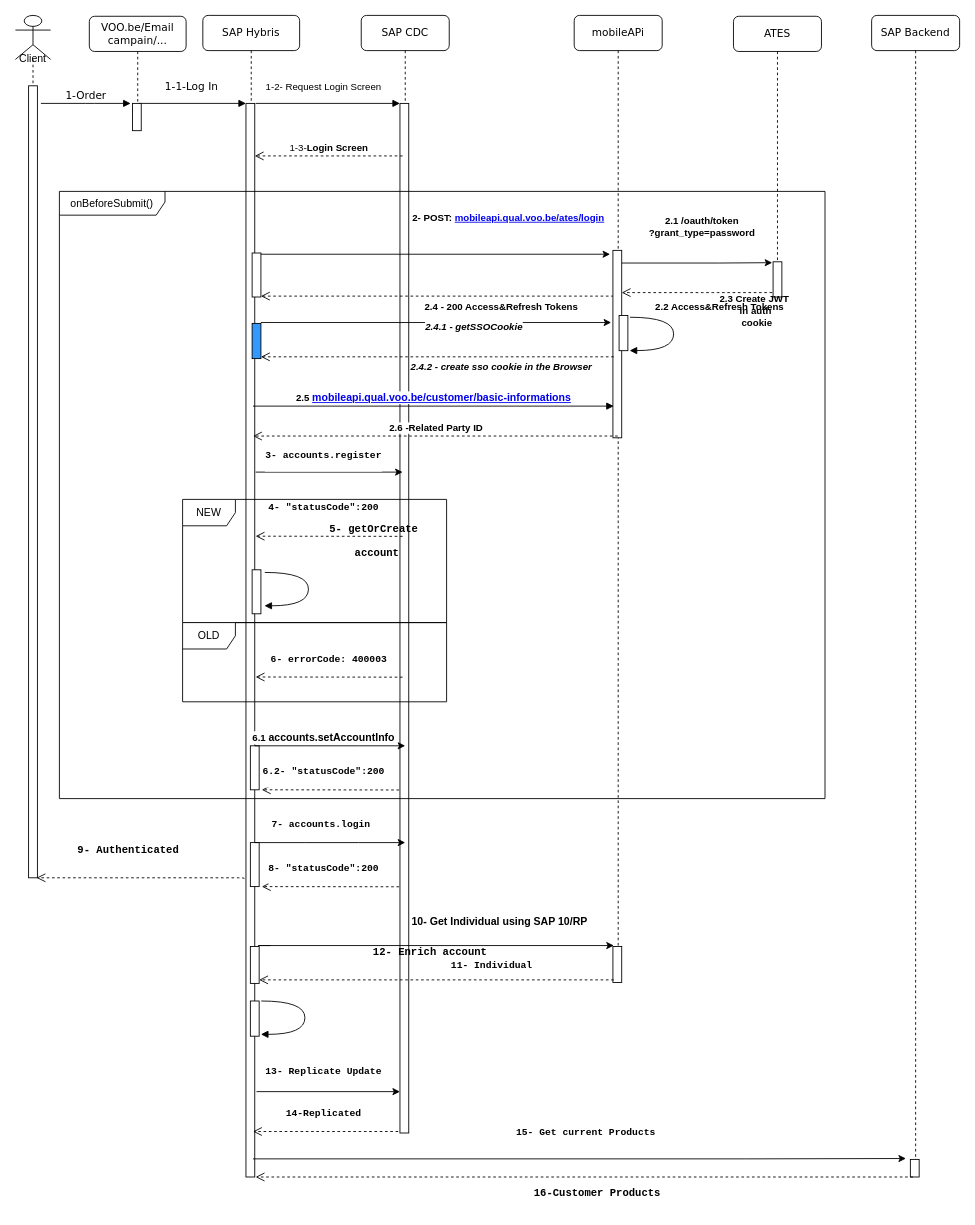
Earlier version of the draw.io diagram SignIn_from_cdc.drawio (MudBloodArchitekt/draw.io). Source tidied: cells renumbered, new cells numbered last; positions are measured from the earlier drawing's top-left corner, leaving out a move shared by most shapes. Both pictures are drawn from the tidied source at 88%, with x=0, y=0 at pixel (15, 15).
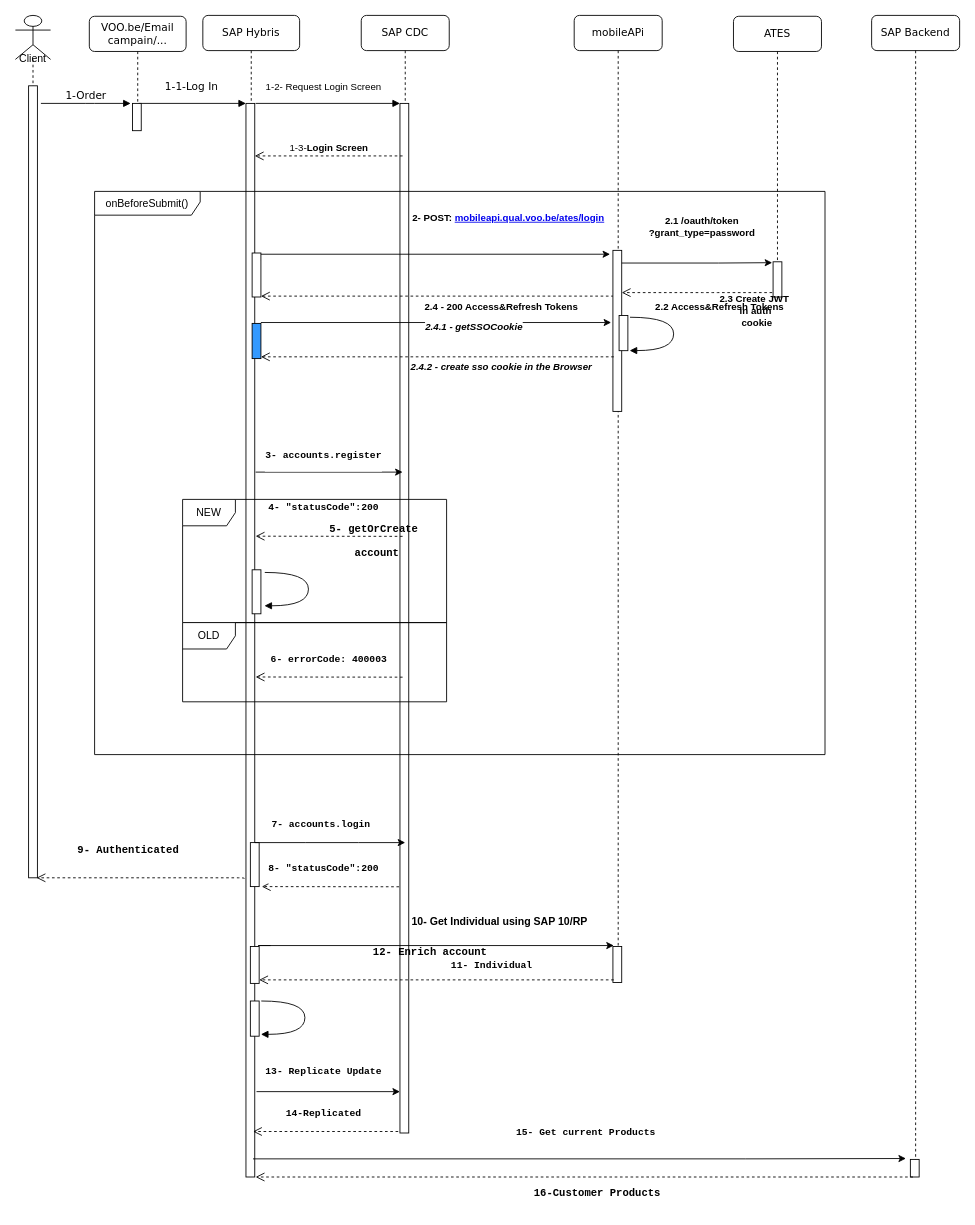
The same diagram, later.

Change to the diagram source:
```diff
@@
     <mxCell id="34" style="html=1;perimeter=orthogonalPerimeter;" parent="1" vertex="1">
-      <mxGeometry x="679" y="267" width="10" height="213" as="geometry" />
+      <mxGeometry x="679" y="267" width="10" height="183" as="geometry" />
     </mxCell>
@@
     <mxCell id="41" value="&lt;span lang=&quot;fr&quot;&gt;onBeforeSubmit()&lt;br&gt;&lt;/span&gt;" style="shape=umlFrame;whiteSpace=wrap;html=1;width=120;height=27;" parent="1" vertex="1">
-      <mxGeometry x="50" y="200" width="870" height="690" as="geometry" />
+      <mxGeometry x="90" y="200" width="830" height="640" as="geometry" />
     </mxCell>
@@
-    <mxCell id="51" value="&lt;b&gt;2.5 &lt;span&gt;&lt;span style=&quot;color: black ; font-size: 9pt ; font-family: &amp;#34;helvetica&amp;#34; , sans-serif , serif , &amp;#34;emojifont&amp;#34; ; background-color: white&quot;&gt;&lt;a href=&quot;https://eur01.safelinks.protection.outlook.com/?url=https%3A%2F%2Fmobileapi.qual.voo.be%2Fcustomer%2Fbasic-informations&amp;amp;data=04%7C01%7Calimouni%40sqli.com%7C1380a3c410164f0629d808d90b07a674%7C20f621164d0c44ac8a45390ca2765601%7C0%7C0%7C637552949759935870%7CUnknown%7CTWFpbGZsb3d8eyJWIjoiMC4wLjAwMDAiLCJQIjoiV2luMzIiLCJBTiI6Ik1haWwiLCJXVCI6Mn0%3D%7C1000&amp;amp;sdata=tikMZbPuHJdgCpXDp0srEGGX0of44awFQmjdCeB%2FO68%3D&amp;amp;reserved=0&quot; target=&quot;_blank&quot; title=&quot;Original URL: https://mobileapi.qual.voo.be/customer/basic-informations. Click or tap if you trust this link.&quot;&gt;mobileapi.qual.voo.be/customer/basic-informations&lt;/a&gt;&lt;/span&gt;&lt;/span&gt;&lt;span style=&quot;color: rgb(80 , 80 , 80) ; font-size: 9pt ; font-family: &amp;#34;helvetica&amp;#34; , sans-serif , serif , &amp;#34;emojifont&amp;#34; ; background-color: white&quot;&gt;&lt;/span&gt;&lt;/b&gt;" style="html=1;verticalAlign=bottom;endArrow=block;" parent="1" edge="1">
-      <mxGeometry relative="1" as="geometry">
-        <mxPoint x="270" y="444" as="sourcePoint" />
-        <mxPoint x="680" y="444" as="targetPoint" />
-      </mxGeometry>
-    </mxCell>
-    <mxCell id="52" value="&lt;b&gt;2.6 -Related Party ID&lt;/b&gt; " style="html=1;verticalAlign=bottom;endArrow=open;dashed=1;endSize=8;" parent="1" edge="1">
-      <mxGeometry relative="1" as="geometry">
-        <mxPoint x="684.5" y="478" as="sourcePoint" />
-        <mxPoint x="270" y="478" as="targetPoint" />
-      </mxGeometry>
-    </mxCell>
@@
-    <mxCell id="57" style="html=1;perimeter=orthogonalPerimeter;" parent="1" vertex="1">
-      <mxGeometry x="267" y="830" width="10" height="50" as="geometry" />
-    </mxCell>
-    <mxCell id="58" style="edgeStyle=orthogonalEdgeStyle;rounded=0;orthogonalLoop=1;jettySize=auto;html=1;" parent="1" edge="1">
-      <mxGeometry relative="1" as="geometry">
-        <mxPoint x="272" y="830" as="sourcePoint" />
-        <mxPoint x="443" y="830" as="targetPoint" />
-        <Array as="points">
-          <mxPoint x="330" y="830" />
-          <mxPoint x="390" y="830" />
-          <mxPoint x="390" y="830" />
-        </Array>
-      </mxGeometry>
-    </mxCell>
-    <mxCell id="59" value="&lt;b&gt;6.1 &lt;font style=&quot;font-size: 12px&quot;&gt;accounts.setAccountInfo&lt;/font&gt;&lt;/b&gt;" style="edgeLabel;html=1;align=center;verticalAlign=middle;" parent="58" vertex="1">
-      <mxGeometry x="-0.16" relative="1" as="geometry">
-        <mxPoint x="5" y="-10" as="offset" />
-      </mxGeometry>
-    </mxCell>
-    <mxCell id="60" value="&lt;pre&gt;&lt;b&gt;6.2- &quot;statusCode&quot;:200&lt;/b&gt;&lt;/pre&gt;" style="html=1;verticalAlign=bottom;endArrow=open;dashed=1;endSize=8;" parent="1" edge="1">
-      <mxGeometry x="0.1" relative="1" as="geometry">
-        <mxPoint x="436" y="880.2" as="sourcePoint" />
-        <mxPoint x="280" y="880" as="targetPoint" />
-      </mxGeometry>
-    </mxCell>
```
